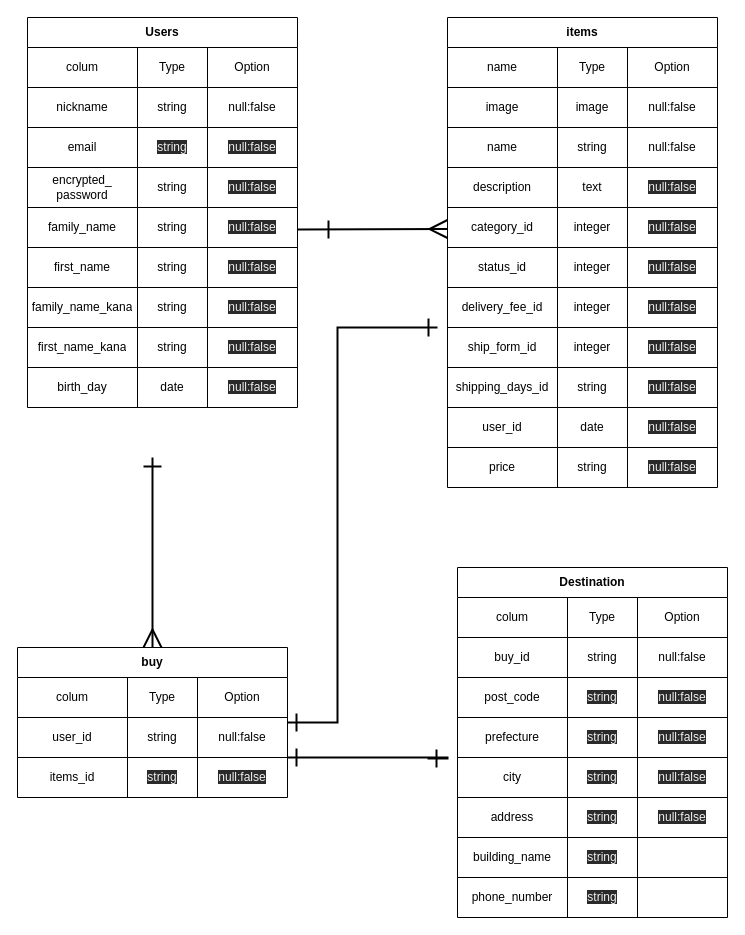
Earlier version of the draw.io diagram app/views/furima.dio (ko614/furima-32485). Source tidied: cells renumbered, new cells numbered last; positions are measured from the earlier drawing's top-left corner, leaving out a move shared by most shapes. Both pictures are drawn from the tidied source at 100%, with x=0, y=0 at pixel (17, 17).
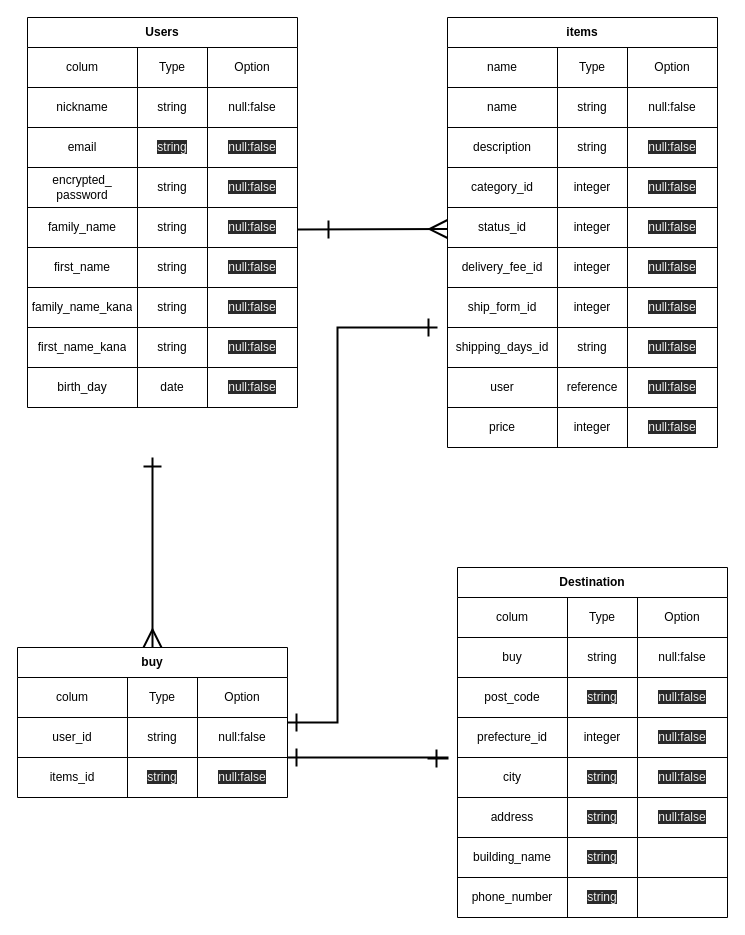
The same diagram, later.

Unchanged cells that the change refers to:
```xml
<mxCell id="105" style="shape=partialRectangle;html=1;whiteSpace=wrap;fillColor=none;top=0;left=0;bottom=0;right=0;" parent="100" vertex="1">
  <mxGeometry y="70" width="270" height="40" as="geometry" />
</mxCell>
<mxCell id="113" style="shape=partialRectangle;html=1;whiteSpace=wrap;fillColor=none;top=0;left=0;bottom=0;right=0;" parent="100" vertex="1">
  <mxGeometry y="150" width="270" height="40" as="geometry" />
</mxCell>
```

Diff of the diagram source:
```diff
@@
     <mxCell id="40" value="items" style="shape=table;html=1;whiteSpace=wrap;startSize=30;childLayout=tableLayout;fontStyle=1;align=center;" parent="1" vertex="1">
-      <mxGeometry x="430" width="270" height="470" as="geometry" />
+      <mxGeometry x="430" width="270" height="430" as="geometry" />
     </mxCell>
@@
-    <mxCell id="45" style="shape=partialRectangle;html=1;whiteSpace=wrap;fillColor=none;top=0;left=0;bottom=0;right=0;" parent="40" vertex="1">
-      <mxGeometry y="70" width="270" height="40" as="geometry" />
-    </mxCell>
-    <mxCell id="46" value="&lt;div style=&quot;text-align: left&quot;&gt;image&lt;/div&gt;" style="shape=partialRectangle;html=1;whiteSpace=wrap;fillColor=none;top=0;left=0;bottom=0;right=0;overflow=hidden;" parent="45" vertex="1">
-      <mxGeometry width="110" height="40" as="geometry" />
-    </mxCell>
-    <mxCell id="47" value="image" style="shape=partialRectangle;html=1;whiteSpace=wrap;fillColor=none;top=0;left=0;bottom=0;right=0;overflow=hidden;" parent="45" vertex="1">
-      <mxGeometry x="110" width="70" height="40" as="geometry" />
-    </mxCell>
-    <mxCell id="48" value="null:false" style="shape=partialRectangle;html=1;whiteSpace=wrap;fillColor=none;top=0;left=0;bottom=0;right=0;overflow=hidden;" parent="45" vertex="1">
-      <mxGeometry x="180" width="90" height="40" as="geometry" />
-    </mxCell>
     <mxCell id="49" style="shape=partialRectangle;html=1;whiteSpace=wrap;fillColor=none;top=0;left=0;bottom=0;right=0;" parent="40" vertex="1">
-      <mxGeometry y="110" width="270" height="40" as="geometry" />
+      <mxGeometry y="70" width="270" height="40" as="geometry" />
     </mxCell>
@@
     <mxCell id="53" style="shape=partialRectangle;html=1;whiteSpace=wrap;fillColor=none;top=0;left=0;bottom=0;right=0;" parent="40" vertex="1">
-      <mxGeometry y="150" width="270" height="40" as="geometry" />
+      <mxGeometry y="110" width="270" height="40" as="geometry" />
     </mxCell>
@@
-    <mxCell id="55" value="&lt;font face=&quot;helvetica&quot;&gt;text&lt;/font&gt;" style="shape=partialRectangle;html=1;whiteSpace=wrap;fillColor=none;top=0;left=0;bottom=0;right=0;overflow=hidden;" parent="53" vertex="1">
+    <mxCell id="55" value="&lt;font face=&quot;helvetica&quot;&gt;string&lt;/font&gt;" style="shape=partialRectangle;html=1;whiteSpace=wrap;fillColor=none;top=0;left=0;bottom=0;right=0;overflow=hidden;" parent="53" vertex="1">
       <mxGeometry x="110" width="70" height="40" as="geometry" />
     </mxCell>
@@
     <mxCell id="57" style="shape=partialRectangle;html=1;whiteSpace=wrap;fillColor=none;top=0;left=0;bottom=0;right=0;" parent="40" vertex="1">
-      <mxGeometry y="190" width="270" height="40" as="geometry" />
+      <mxGeometry y="150" width="270" height="40" as="geometry" />
     </mxCell>
@@
     <mxCell id="61" style="shape=partialRectangle;html=1;whiteSpace=wrap;fillColor=none;top=0;left=0;bottom=0;right=0;" parent="40" vertex="1">
-      <mxGeometry y="230" width="270" height="40" as="geometry" />
+      <mxGeometry y="190" width="270" height="40" as="geometry" />
     </mxCell>
@@
     <mxCell id="65" style="shape=partialRectangle;html=1;whiteSpace=wrap;fillColor=none;top=0;left=0;bottom=0;right=0;" parent="40" vertex="1">
-      <mxGeometry y="270" width="270" height="40" as="geometry" />
+      <mxGeometry y="230" width="270" height="40" as="geometry" />
     </mxCell>
@@
     <mxCell id="69" style="shape=partialRectangle;html=1;whiteSpace=wrap;fillColor=none;top=0;left=0;bottom=0;right=0;" parent="40" vertex="1">
-      <mxGeometry y="310" width="270" height="40" as="geometry" />
+      <mxGeometry y="270" width="270" height="40" as="geometry" />
     </mxCell>
@@
     <mxCell id="73" style="shape=partialRectangle;html=1;whiteSpace=wrap;fillColor=none;top=0;left=0;bottom=0;right=0;" parent="40" vertex="1">
-      <mxGeometry y="350" width="270" height="40" as="geometry" />
+      <mxGeometry y="310" width="270" height="40" as="geometry" />
     </mxCell>
@@
     <mxCell id="77" style="shape=partialRectangle;html=1;whiteSpace=wrap;fillColor=none;top=0;left=0;bottom=0;right=0;" parent="40" vertex="1">
-      <mxGeometry y="390" width="270" height="40" as="geometry" />
+      <mxGeometry y="350" width="270" height="40" as="geometry" />
     </mxCell>
-    <mxCell id="78" value="&lt;span style=&quot;text-align: left&quot;&gt;user_id&lt;/span&gt;" style="shape=partialRectangle;html=1;whiteSpace=wrap;fillColor=none;top=0;left=0;bottom=0;right=0;overflow=hidden;" parent="77" vertex="1">
+    <mxCell id="78" value="&lt;span style=&quot;text-align: left&quot;&gt;user&lt;/span&gt;" style="shape=partialRectangle;html=1;whiteSpace=wrap;fillColor=none;top=0;left=0;bottom=0;right=0;overflow=hidden;" parent="77" vertex="1">
       <mxGeometry width="110" height="40" as="geometry" />
     </mxCell>
-    <mxCell id="79" value="date" style="shape=partialRectangle;html=1;whiteSpace=wrap;fillColor=none;top=0;left=0;bottom=0;right=0;overflow=hidden;" parent="77" vertex="1">
+    <mxCell id="79" value="reference" style="shape=partialRectangle;html=1;whiteSpace=wrap;fillColor=none;top=0;left=0;bottom=0;right=0;overflow=hidden;" parent="77" vertex="1">
       <mxGeometry x="110" width="70" height="40" as="geometry" />
     </mxCell>
@@
     <mxCell id="81" style="shape=partialRectangle;html=1;whiteSpace=wrap;fillColor=none;top=0;left=0;bottom=0;right=0;" parent="40" vertex="1">
-      <mxGeometry y="430" width="270" height="40" as="geometry" />
+      <mxGeometry y="390" width="270" height="40" as="geometry" />
     </mxCell>
@@
-    <mxCell id="83" value="string" style="shape=partialRectangle;html=1;whiteSpace=wrap;fillColor=none;top=0;left=0;bottom=0;right=0;overflow=hidden;" parent="81" vertex="1">
+    <mxCell id="83" value="&lt;span style=&quot;font-family: &amp;#34;helvetica&amp;#34;&quot;&gt;integer&lt;/span&gt;" style="shape=partialRectangle;html=1;whiteSpace=wrap;fillColor=none;top=0;left=0;bottom=0;right=0;overflow=hidden;" parent="81" vertex="1">
       <mxGeometry x="110" width="70" height="40" as="geometry" />
     </mxCell>
@@
-    <mxCell id="106" value="buy_id" style="shape=partialRectangle;html=1;whiteSpace=wrap;fillColor=none;top=0;left=0;bottom=0;right=0;overflow=hidden;" parent="105" vertex="1">
+    <mxCell id="106" value="buy" style="shape=partialRectangle;html=1;whiteSpace=wrap;fillColor=none;top=0;left=0;bottom=0;right=0;overflow=hidden;" parent="105" vertex="1">
       <mxGeometry width="110" height="40" as="geometry" />
     </mxCell>
@@
-    <mxCell id="114" value="&lt;div style=&quot;text-align: left&quot;&gt;prefecture&lt;/div&gt;" style="shape=partialRectangle;html=1;whiteSpace=wrap;fillColor=none;top=0;left=0;bottom=0;right=0;overflow=hidden;" parent="113" vertex="1">
+    <mxCell id="114" value="&lt;div style=&quot;text-align: left&quot;&gt;prefecture_id&lt;/div&gt;" style="shape=partialRectangle;html=1;whiteSpace=wrap;fillColor=none;top=0;left=0;bottom=0;right=0;overflow=hidden;" parent="113" vertex="1">
       <mxGeometry width="110" height="40" as="geometry" />
     </mxCell>
-    <mxCell id="115" value="&lt;span style=&quot;color: rgb(240, 240, 240); font-family: helvetica; font-size: 12px; font-style: normal; font-weight: 400; letter-spacing: normal; text-align: center; text-indent: 0px; text-transform: none; word-spacing: 0px; background-color: rgb(42, 42, 42); display: inline; float: none;&quot;&gt;string&lt;/span&gt;" style="shape=partialRectangle;html=1;whiteSpace=wrap;fillColor=none;top=0;left=0;bottom=0;right=0;overflow=hidden;" parent="113" vertex="1">
+    <mxCell id="115" value="&lt;font face=&quot;helvetica&quot;&gt;integer&lt;/font&gt;" style="shape=partialRectangle;html=1;whiteSpace=wrap;fillColor=none;top=0;left=0;bottom=0;right=0;overflow=hidden;" parent="113" vertex="1">
       <mxGeometry x="110" width="70" height="40" as="geometry" />
     </mxCell>
```
